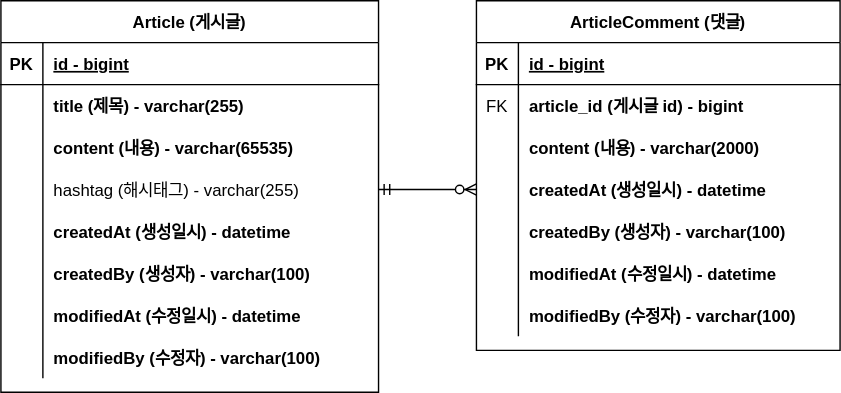
Earlier version of the draw.io export document/project-board-erd.svg (djkeh/fastcampus-project-board). Source tidied: cells renumbered, new cells last; positions are measured from the earlier drawing's top-left corner, leaving out a move shared by most shapes.
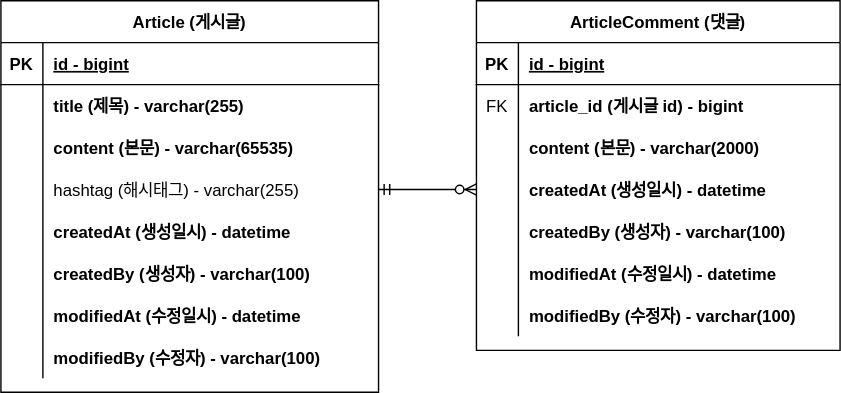
Above is the later version.

Commit message:
#8 - ERD 주석 업데이트: project-board-erd.svg

What changed in the source:
```diff
@@ -29,7 +29,7 @@
     <mxCell id="10" style="shape=partialRectangle;fillColor=none;top=0;left=0;bottom=0;right=0;overflow=hidden;" parent="9" vertex="1">
       <mxGeometry width="30" height="30" as="geometry" />
     </mxCell>
-    <mxCell id="11" value="content (내용) - varchar(65535)" style="shape=partialRectangle;fillColor=none;top=0;left=0;bottom=0;right=0;align=left;spacingLeft=6;overflow=hidden;fontStyle=1;" parent="9" vertex="1">
+    <mxCell id="11" value="content (본문) - varchar(65535)" style="shape=partialRectangle;fillColor=none;top=0;left=0;bottom=0;right=0;align=left;spacingLeft=6;overflow=hidden;fontStyle=1;" parent="9" vertex="1">
       <mxGeometry x="30" width="240" height="30" as="geometry" />
     </mxCell>
     <mxCell id="12" style="shape=tableRow;horizontal=0;startSize=0;swimlaneHead=0;swimlaneBody=0;fillColor=none;points=[[0,0.5],[1,0.5]];portConstraint=eastwest;top=0;left=0;right=0;bottom=0;" parent="2" vertex="1">
@@ -104,7 +104,7 @@
     <mxCell id="35" style="shape=partialRectangle;fillColor=none;top=0;left=0;bottom=0;right=0;overflow=hidden;" parent="34" vertex="1">
       <mxGeometry width="30" height="30" as="geometry" />
     </mxCell>
-    <mxCell id="36" value="content (내용) - varchar(2000)" style="shape=partialRectangle;fillColor=none;top=0;left=0;bottom=0;right=0;align=left;spacingLeft=6;overflow=hidden;fontStyle=1;" parent="34" vertex="1">
+    <mxCell id="36" value="content (본문) - varchar(2000)" style="shape=partialRectangle;fillColor=none;top=0;left=0;bottom=0;right=0;align=left;spacingLeft=6;overflow=hidden;fontStyle=1;" parent="34" vertex="1">
       <mxGeometry x="30" width="230" height="30" as="geometry" />
     </mxCell>
     <mxCell id="37" style="shape=tableRow;horizontal=0;startSize=0;swimlaneHead=0;swimlaneBody=0;fillColor=none;points=[[0,0.5],[1,0.5]];portConstraint=eastwest;top=0;left=0;right=0;bottom=0;" parent="27" vertex="1">
```
